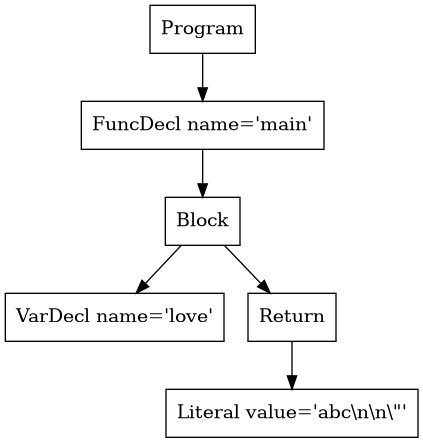
Above: p2-parser/tree.png in purejerome/cs432_project (Graphviz), before the change. Its source is kept beside it as p2-parser/tree.dot.
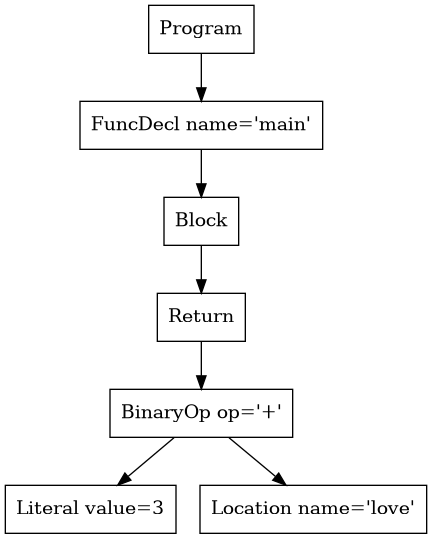
Above is the later version.

Change to the diagram source:
```diff
@@ -1,11 +1,13 @@
 digraph AST {
-3 [shape=box, label="VarDecl name='love'"];
-5 [shape=box, label="Literal value='abc\\n\\n\\\"'"];
-4 [shape=box, label="Return"];
+5 [shape=box, label="Literal value=3"];
+6 [shape=box, label="Location name='love'"];
+4 [shape=box, label="BinaryOp op='+'"];
 4 -> 5;
+4 -> 6;
+3 [shape=box, label="Return"];
+3 -> 4;
 2 [shape=box, label="Block"];
 2 -> 3;
-2 -> 4;
 1 [shape=box, label="FuncDecl name='main'"];
 1 -> 2;
 0 [shape=box, label="Program"];
```
